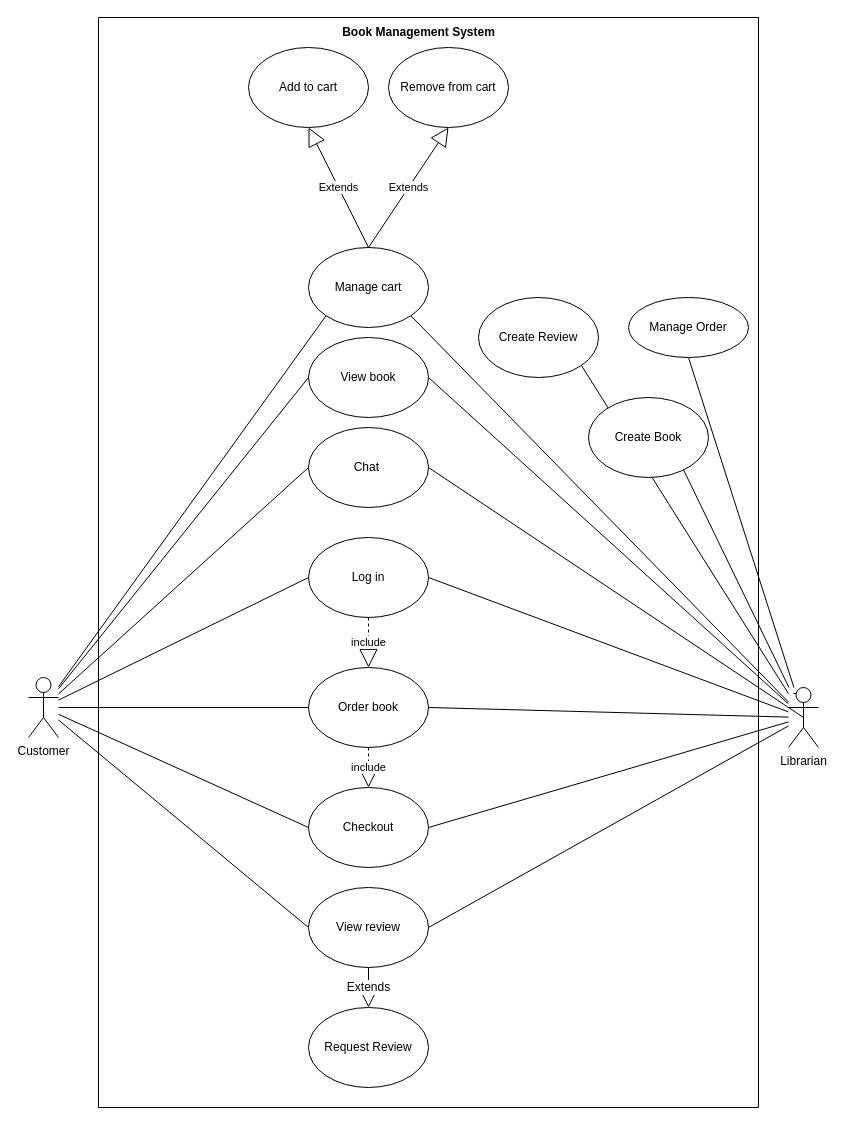
Earlier version of the draw.io diagram Untitled Diagram.drawio (thang21022000/UseCaseFinalProject). Source tidied: cells renumbered, new cells numbered last; positions are measured from the earlier drawing's top-left corner, leaving out a move shared by most shapes. Both pictures are drawn from the tidied source at 100%, with x=0, y=0 at pixel (28, 17).
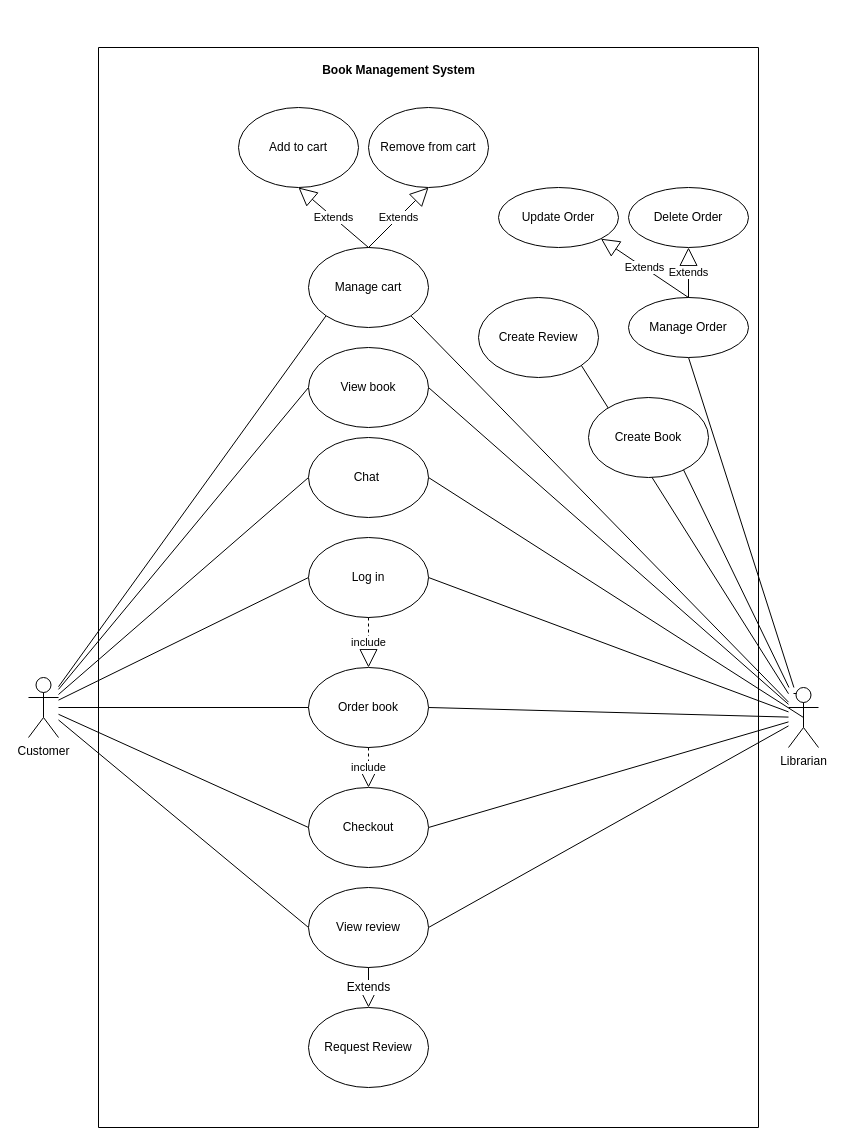
After the change.

Unchanged cells that the change refers to:
```xml
<mxCell id="39" value="Manage Order" style="ellipse;whiteSpace=wrap;html=1;strokeColor=default;fontFamily=Helvetica;fontSize=12;fontColor=default;startSize=0;fillColor=default;" parent="1" vertex="1">
  <mxGeometry x="600" y="280" width="120" height="60" as="geometry" />
</mxCell>
```

Change to the diagram source:
```diff
@@
     <mxCell id="20" value="View book" style="ellipse;whiteSpace=wrap;html=1;" parent="1" vertex="1">
-      <mxGeometry x="280" y="320" width="120" height="80" as="geometry" />
+      <mxGeometry x="280" y="330" width="120" height="80" as="geometry" />
     </mxCell>
@@
     <mxCell id="27" value="Chat&amp;nbsp;" style="ellipse;whiteSpace=wrap;html=1;" parent="1" vertex="1">
-      <mxGeometry x="280" y="410" width="120" height="80" as="geometry" />
+      <mxGeometry x="280" y="420" width="120" height="80" as="geometry" />
     </mxCell>
@@
     <mxCell id="34" value="Add to cart" style="ellipse;whiteSpace=wrap;html=1;" parent="1" vertex="1">
-      <mxGeometry x="220" y="30" width="120" height="80" as="geometry" />
+      <mxGeometry x="210" y="90" width="120" height="80" as="geometry" />
     </mxCell>
     <mxCell id="35" value="Remove from cart" style="ellipse;whiteSpace=wrap;html=1;" parent="1" vertex="1">
-      <mxGeometry x="360" y="30" width="120" height="80" as="geometry" />
+      <mxGeometry x="340" y="90" width="120" height="80" as="geometry" />
     </mxCell>
@@
-    <mxCell id="40" style="swimlane;startSize=0;strokeColor=default;fontFamily=Helvetica;fontSize=12;fontColor=default;fillColor=default;" parent="1" vertex="1">
-      <mxGeometry x="70" width="660" height="1090" as="geometry" />
-    </mxCell>
+    <mxCell id="42" value="Update Order" style="ellipse;whiteSpace=wrap;html=1;strokeColor=default;fontFamily=Helvetica;fontSize=12;fontColor=default;startSize=0;fillColor=default;" parent="1" vertex="1">
+      <mxGeometry x="470" y="170" width="120" height="60" as="geometry" />
+    </mxCell>
+    <mxCell id="43" value="Delete Order" style="ellipse;whiteSpace=wrap;html=1;strokeColor=default;fontFamily=Helvetica;fontSize=12;fontColor=default;startSize=0;fillColor=default;" parent="1" vertex="1">
+      <mxGeometry x="600" y="170" width="120" height="60" as="geometry" />
+    </mxCell>
+    <mxCell id="44" value="Extends" style="endArrow=block;endSize=16;endFill=0;html=1;rounded=0;entryX=1;entryY=1;entryDx=0;entryDy=0;exitX=0.5;exitY=0;exitDx=0;exitDy=0;" parent="1" edge="1" source="39" target="42">
+      <mxGeometry relative="1" as="geometry" />
+    </mxCell>
+    <mxCell id="45" value="Extends" style="endArrow=block;endSize=16;endFill=0;html=1;rounded=0;entryX=0.5;entryY=1;entryDx=0;entryDy=0;exitX=0.5;exitY=0;exitDx=0;exitDy=0;" parent="1" edge="1" source="39" target="43">
+      <mxGeometry relative="1" as="geometry" />
+    </mxCell>
+    <mxCell id="46" style="swimlane;startSize=0;" parent="1" vertex="1">
+      <mxGeometry x="70" y="30" width="660" height="1080" as="geometry" />
+    </mxCell>
-    <mxCell id="41" value="&lt;b&gt;Book Management System&lt;/b&gt;" style="text;html=1;align=center;verticalAlign=middle;strokeColor=none;fillColor=none;fontSize=12;fontFamily=Helvetica;fontColor=default;" parent="40" vertex="1">
-      <mxGeometry x="230" width="180" height="30" as="geometry" />
+    <mxCell id="41" value="&lt;b&gt;Book Management System&lt;/b&gt;" style="text;html=1;align=center;verticalAlign=middle;strokeColor=none;fillColor=none;" parent="46" vertex="1">
+      <mxGeometry x="210" y="8" width="180" height="30" as="geometry" />
     </mxCell>
```
